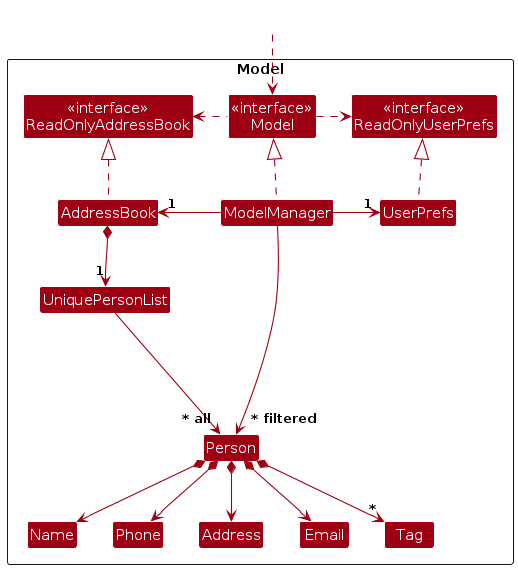
Before: diagrams/ModelClassDiagram.png, a diagram exported from PlantUML (AY2627S1-CS2103T-F08-3/tp). Its source is kept beside it as diagrams/ModelClassDiagram.puml. Source of this version:
```plantuml
@startuml
!include style.puml
skinparam arrowThickness 1.1
skinparam arrowColor MODEL_COLOR
skinparam classBackgroundColor MODEL_COLOR

Package Model as ModelPackage <<Rectangle>>{
Class "<<interface>>\nReadOnlyAddressBook" as ReadOnlyAddressBook
Class "<<interface>>\nReadOnlyUserPrefs" as ReadOnlyUserPrefs
Class "<<interface>>\nModel" as Model
Class AddressBook
Class ModelManager
Class UserPrefs

Class UniquePersonList
Class Person
Class Address
Class Email
Class Name
Class Phone
Class Tag

Class I #FFFFFF
}

Class HiddenOutside #FFFFFF
HiddenOutside ..> Model

AddressBook .up.|> ReadOnlyAddressBook

ModelManager .up.|> Model
Model .right.> ReadOnlyUserPrefs
Model .left.> ReadOnlyAddressBook
ModelManager -left-> "1" AddressBook
ModelManager -right-> "1" UserPrefs
UserPrefs .up.|> ReadOnlyUserPrefs

AddressBook *--> "1" UniquePersonList
UniquePersonList --> "~* all" Person
Person *--> Name
Person *--> Phone
Person *--> Email
Person *--> Address
Person *--> "*" Tag

Person -[hidden]up--> I
UniquePersonList -[hidden]right-> I

Name -[hidden]right-> Phone
Phone -[hidden]right-> Address
Address -[hidden]right-> Email

ModelManager --> "~* filtered" Person
@enduml
```
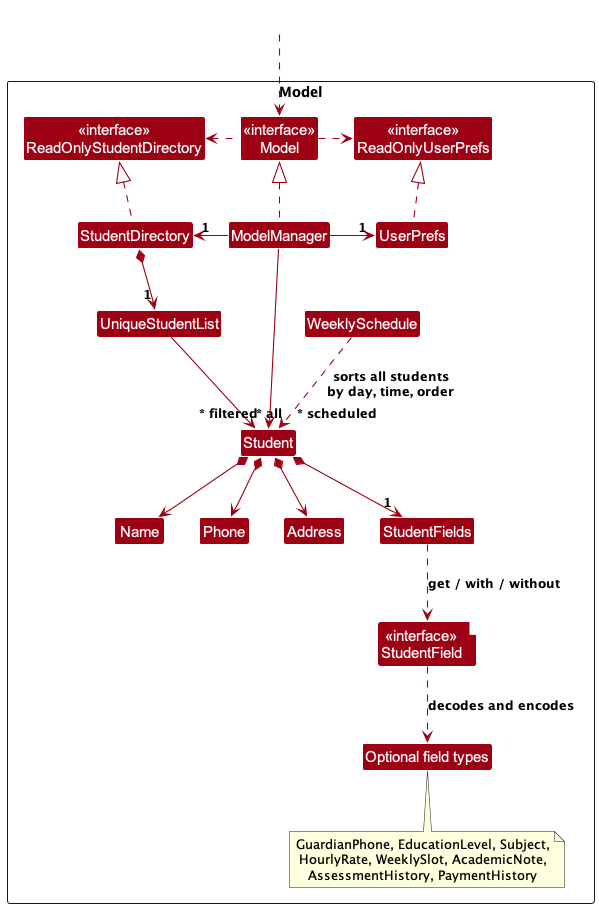
The same diagram one commit later.

Change to the diagram source:
```diff
@@ -5,50 +5,58 @@
 skinparam classBackgroundColor MODEL_COLOR
 
 Package Model as ModelPackage <<Rectangle>>{
-Class "<<interface>>\nReadOnlyAddressBook" as ReadOnlyAddressBook
+Class "<<interface>>\nReadOnlyStudentDirectory" as ReadOnlyStudentDirectory
 Class "<<interface>>\nReadOnlyUserPrefs" as ReadOnlyUserPrefs
 Class "<<interface>>\nModel" as Model
-Class AddressBook
-Class ModelManager
+Class StudentDirectory
+Class ModelManager {
+  selectedStudentId: UUID
+  studentPredicate
+}
 Class UserPrefs
-
-Class UniquePersonList
-Class Person
-Class Address
-Class Email
+Class UniqueStudentList
+Class WeeklySchedule
+Class Student {
+  id: UUID
+}
 Class Name
 Class Phone
-Class Tag
-
+Class Address
+Class StudentFields
+Class "<<interface>>\nStudentField<T>" as StudentField
+Class "Optional field types" as OptionalTypes
+note bottom of OptionalTypes
+  GuardianPhone, EducationLevel, Subject,
+  HourlyRate, WeeklySlot, AcademicNote,
+  AssessmentHistory, PaymentHistory
+end note
 Class I #FFFFFF
 }
 
 Class HiddenOutside #FFFFFF
 HiddenOutside ..> Model
 
-AddressBook .up.|> ReadOnlyAddressBook
+StudentDirectory .up.|> ReadOnlyStudentDirectory
 
 ModelManager .up.|> Model
 Model .right.> ReadOnlyUserPrefs
-Model .left.> ReadOnlyAddressBook
-ModelManager -left-> "1" AddressBook
+Model .left.> ReadOnlyStudentDirectory
+ModelManager -left-> "1" StudentDirectory
 ModelManager -right-> "1" UserPrefs
 UserPrefs .up.|> ReadOnlyUserPrefs
 
-AddressBook *--> "1" UniquePersonList
-UniquePersonList --> "~* all" Person
-Person *--> Name
-Person *--> Phone
-Person *--> Email
-Person *--> Address
-Person *--> "*" Tag
+StudentDirectory *--> "1" UniqueStudentList
+UniqueStudentList --> "~* all" Student
+ModelManager --> "~* filtered" Student
+WeeklySchedule ..> "~* scheduled" Student : sorts all students\nby day, time, order
 
-Person -[hidden]up--> I
-UniquePersonList -[hidden]right-> I
+Student *--> Name
+Student *--> Phone
+Student *--> Address
+Student *--> "1" StudentFields
+StudentFields ..> StudentField : get / with / without
+StudentField ..> OptionalTypes : decodes and encodes
 
 Name -[hidden]right-> Phone
 Phone -[hidden]right-> Address
-Address -[hidden]right-> Email
-
-ModelManager --> "~* filtered" Person
 @enduml
```
